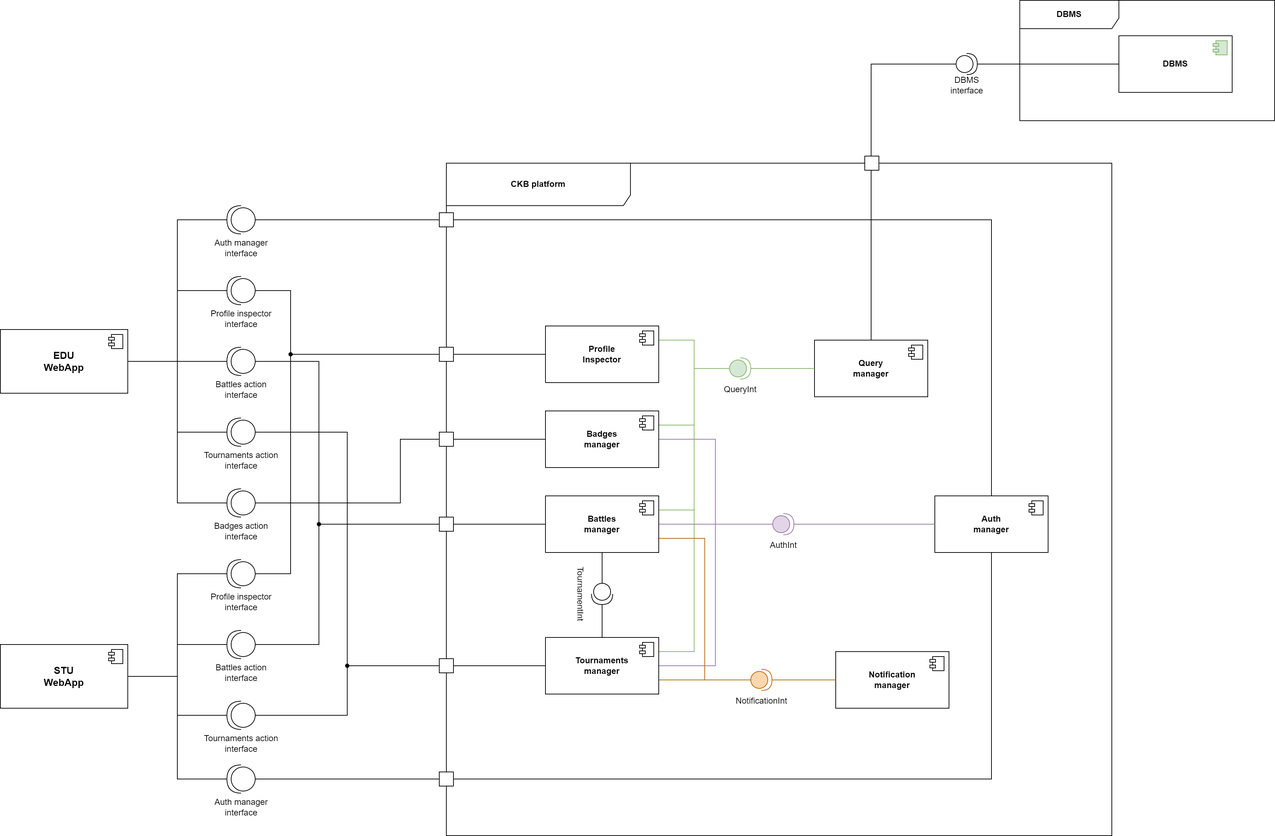
Above: DD/images/diagrams/component_diagram.png in pontig/sw-eng-2-PasiniPontiggiaStasi (draw.io), before the change. Source tidied: cells renumbered, new cells last; positions are measured from the earlier drawing's top-left corner, leaving out a move shared by most shapes.
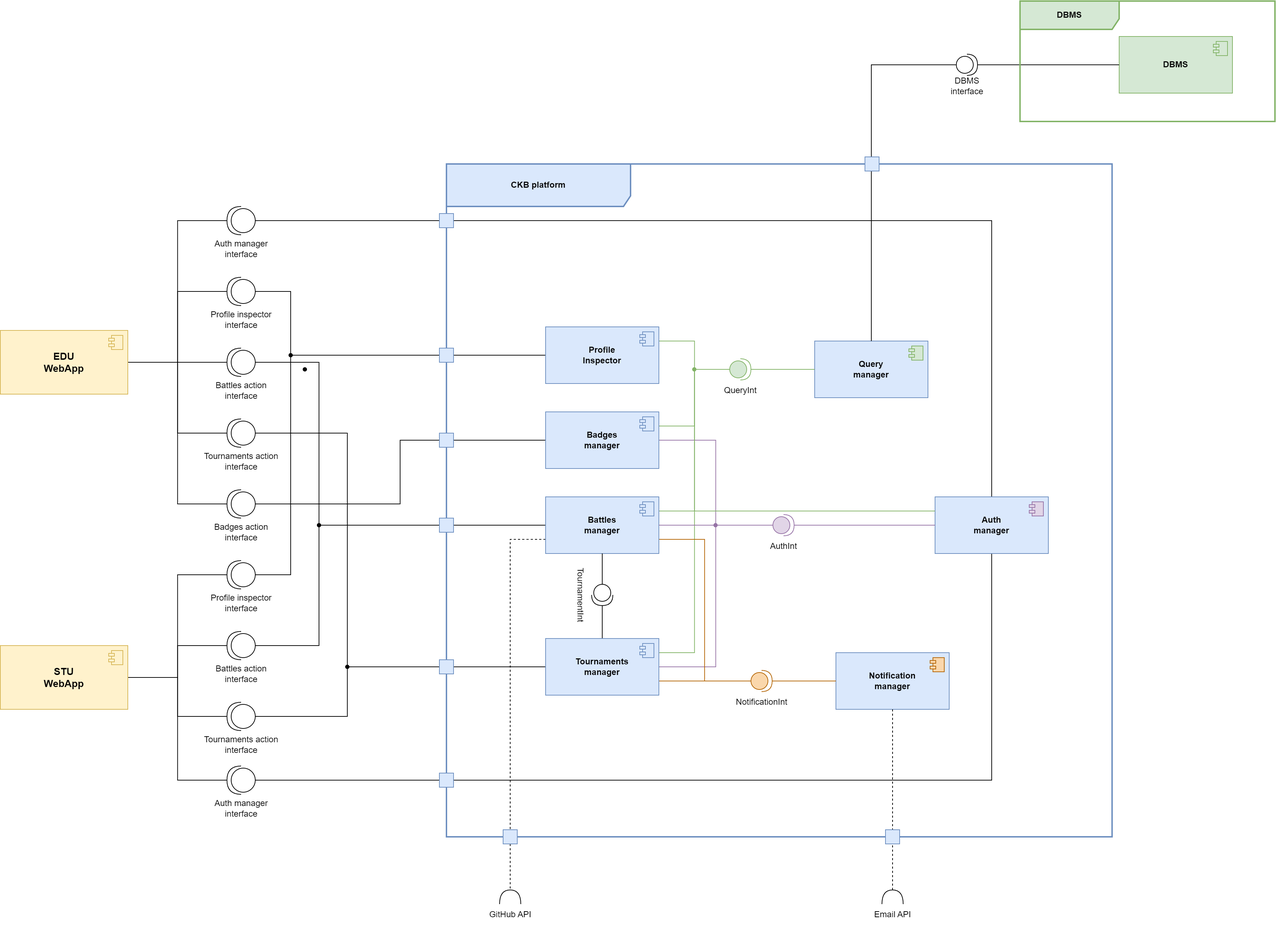
The same diagram one commit later.

The edit, as a diff of the source:
```diff
@@ -17,10 +17,10 @@
     <mxCell id="6" style="edgeStyle=elbowEdgeStyle;rounded=0;jettySize=auto;html=1;endArrow=none;endFill=0;" parent="1" edge="1" source="7" target="20">
       <mxGeometry relative="1" as="geometry" />
     </mxCell>
-    <mxCell id="7" value="&lt;b style=&quot;font-size: 14px;&quot;&gt;EDU&lt;br style=&quot;font-size: 14px;&quot;&gt;WebApp&lt;br style=&quot;font-size: 14px;&quot;&gt;&lt;/b&gt;" style="html=1;whiteSpace=wrap;fontSize=14;" parent="1" vertex="1">
+    <mxCell id="7" value="&lt;b style=&quot;font-size: 14px;&quot;&gt;EDU&lt;br style=&quot;font-size: 14px;&quot;&gt;WebApp&lt;br style=&quot;font-size: 14px;&quot;&gt;&lt;/b&gt;" style="html=1;whiteSpace=wrap;fontSize=14;fillColor=#fff2cc;strokeColor=#d6b656;" parent="1" vertex="1">
       <mxGeometry y="465" width="180" height="90" as="geometry" />
     </mxCell>
-    <mxCell id="8" style="shape=module;jettyWidth=8;jettyHeight=4;" parent="7" vertex="1">
+    <mxCell id="8" style="shape=module;jettyWidth=8;jettyHeight=4;fillColor=#fff2cc;strokeColor=#d6b656;" parent="7" vertex="1">
       <mxGeometry x="1" width="20" height="20" relative="1" as="geometry">
         <mxPoint x="-27" y="7" as="offset" />
       </mxGeometry>
@@ -37,10 +37,10 @@
     <mxCell id="12" style="edgeStyle=elbowEdgeStyle;rounded=0;jettySize=auto;html=1;endArrow=none;endFill=0;" parent="1" edge="1" source="13" target="30">
       <mxGeometry relative="1" as="geometry" />
     </mxCell>
-    <mxCell id="13" value="&lt;b style=&quot;font-size: 14px;&quot;&gt;STU&lt;br style=&quot;font-size: 14px;&quot;&gt;WebApp&lt;br style=&quot;font-size: 14px;&quot;&gt;&lt;/b&gt;" style="html=1;whiteSpace=wrap;fontSize=14;" parent="1" vertex="1">
+    <mxCell id="13" value="&lt;b style=&quot;font-size: 14px;&quot;&gt;STU&lt;br style=&quot;font-size: 14px;&quot;&gt;WebApp&lt;br style=&quot;font-size: 14px;&quot;&gt;&lt;/b&gt;" style="html=1;whiteSpace=wrap;fontSize=14;fillColor=#fff2cc;strokeColor=#d6b656;" parent="1" vertex="1">
       <mxGeometry y="910" width="180" height="90" as="geometry" />
     </mxCell>
-    <mxCell id="14" style="shape=module;jettyWidth=8;jettyHeight=4;" parent="13" vertex="1">
+    <mxCell id="14" style="shape=module;jettyWidth=8;jettyHeight=4;fillColor=#fff2cc;strokeColor=#d6b656;" parent="13" vertex="1">
       <mxGeometry x="1" width="20" height="20" relative="1" as="geometry">
         <mxPoint x="-27" y="7" as="offset" />
       </mxGeometry>
@@ -121,10 +121,10 @@
     <mxCell id="34" style="edgeStyle=elbowEdgeStyle;rounded=0;jettySize=auto;html=1;endArrow=none;endFill=0;fillColor=#d5e8d4;strokeColor=#82b366;exitX=1;exitY=0.25;exitDx=0;exitDy=0;" parent="1" edge="1" source="35" target="61">
       <mxGeometry relative="1" as="geometry" />
     </mxCell>
-    <mxCell id="35" value="&lt;b&gt;Badges&lt;br&gt;manager&lt;br&gt;&lt;/b&gt;" style="html=1;whiteSpace=wrap;" parent="1" vertex="1">
+    <mxCell id="35" value="&lt;b&gt;Badges&lt;br&gt;manager&lt;br&gt;&lt;/b&gt;" style="html=1;whiteSpace=wrap;fillColor=#dae8fc;strokeColor=#6c8ebf;" parent="1" vertex="1">
       <mxGeometry x="770" y="580" width="160" height="80" as="geometry" />
     </mxCell>
-    <mxCell id="36" style="shape=module;jettyWidth=8;jettyHeight=4;" parent="35" vertex="1">
+    <mxCell id="36" style="shape=module;jettyWidth=8;jettyHeight=4;fillColor=#dae8fc;strokeColor=#6c8ebf;" parent="35" vertex="1">
       <mxGeometry x="1" width="20" height="20" relative="1" as="geometry">
         <mxPoint x="-27" y="7" as="offset" />
       </mxGeometry>
@@ -141,15 +141,15 @@
     <mxCell id="40" style="edgeStyle=elbowEdgeStyle;rounded=0;jettySize=auto;html=1;fillColor=#fad7ac;strokeColor=#b46504;endArrow=none;endFill=0;exitX=1;exitY=0.75;exitDx=0;exitDy=0;" parent="1" edge="1" source="41" target="66">
       <mxGeometry relative="1" as="geometry" />
     </mxCell>
-    <mxCell id="41" value="&lt;b&gt;Tournaments&lt;br&gt;manager&lt;br&gt;&lt;/b&gt;" style="html=1;whiteSpace=wrap;" parent="1" vertex="1">
+    <mxCell id="41" value="&lt;b&gt;Tournaments&lt;br&gt;manager&lt;br&gt;&lt;/b&gt;" style="html=1;whiteSpace=wrap;fillColor=#dae8fc;strokeColor=#6c8ebf;" parent="1" vertex="1">
       <mxGeometry x="770" y="900" width="160" height="80" as="geometry" />
     </mxCell>
-    <mxCell id="42" style="shape=module;jettyWidth=8;jettyHeight=4;" parent="41" vertex="1">
+    <mxCell id="42" style="shape=module;jettyWidth=8;jettyHeight=4;fillColor=#dae8fc;strokeColor=#6c8ebf;" parent="41" vertex="1">
       <mxGeometry x="1" width="20" height="20" relative="1" as="geometry">
         <mxPoint x="-27" y="7" as="offset" />
       </mxGeometry>
     </mxCell>
-    <mxCell id="43" style="rounded=0;jettySize=auto;html=1;endArrow=none;endFill=0;exitX=1;exitY=0.5;exitDx=0;exitDy=0;edgeStyle=elbowEdgeStyle;fillColor=#e1d5e7;strokeColor=#9673a6;" parent="1" edge="1" source="46" target="56">
+    <mxCell id="43" style="rounded=0;jettySize=auto;html=1;endArrow=none;endFill=0;exitDx=0;exitDy=0;edgeStyle=elbowEdgeStyle;fillColor=#e1d5e7;strokeColor=#9673a6;" parent="1" edge="1" source="100" target="56">
       <mxGeometry relative="1" as="geometry" />
     </mxCell>
     <mxCell id="44" style="edgeStyle=elbowEdgeStyle;rounded=0;jettySize=auto;html=1;endArrow=none;endFill=0;fillColor=#d5e8d4;strokeColor=#82b366;exitX=1;exitY=0.25;exitDx=0;exitDy=0;" parent="1" edge="1" source="46" target="61">
@@ -158,10 +158,13 @@
     <mxCell id="45" style="edgeStyle=elbowEdgeStyle;rounded=0;jettySize=auto;html=1;fillColor=#fad7ac;strokeColor=#b46504;endArrow=none;endFill=0;exitX=1;exitY=0.75;exitDx=0;exitDy=0;" parent="1" edge="1" source="46" target="66">
       <mxGeometry relative="1" as="geometry" />
     </mxCell>
+    <mxCell id="88" style="edgeStyle=orthogonalEdgeStyle;rounded=0;jettySize=auto;html=1;exitX=0;exitY=0.75;exitDx=0;exitDy=0;endArrow=none;endFill=0;dashed=1;" parent="1" edge="1" source="46" target="89">
+      <mxGeometry relative="1" as="geometry" />
+    </mxCell>
-    <mxCell id="46" value="&lt;b&gt;Battles&lt;br&gt;manager&lt;br&gt;&lt;/b&gt;" style="html=1;whiteSpace=wrap;" parent="1" vertex="1">
+    <mxCell id="46" value="&lt;b&gt;Battles&lt;br&gt;manager&lt;br&gt;&lt;/b&gt;" style="html=1;whiteSpace=wrap;fillColor=#dae8fc;strokeColor=#6c8ebf;" parent="1" vertex="1">
       <mxGeometry x="770" y="700" width="160" height="80" as="geometry" />
     </mxCell>
-    <mxCell id="47" style="shape=module;jettyWidth=8;jettyHeight=4;" parent="46" vertex="1">
+    <mxCell id="47" style="shape=module;jettyWidth=8;jettyHeight=4;fillColor=#dae8fc;strokeColor=#6c8ebf;" parent="46" vertex="1">
       <mxGeometry x="1" width="20" height="20" relative="1" as="geometry">
         <mxPoint x="-27" y="7" as="offset" />
       </mxGeometry>
@@ -169,10 +172,10 @@
     <mxCell id="48" style="edgeStyle=elbowEdgeStyle;rounded=0;jettySize=auto;html=1;endArrow=none;endFill=0;fillColor=#d5e8d4;strokeColor=#82b366;exitX=1;exitY=0.25;exitDx=0;exitDy=0;" parent="1" edge="1" source="49" target="61">
       <mxGeometry relative="1" as="geometry" />
     </mxCell>
-    <mxCell id="49" value="&lt;b&gt;Profile&lt;br&gt;Inspector&lt;br&gt;&lt;/b&gt;" style="html=1;whiteSpace=wrap;" parent="1" vertex="1">
+    <mxCell id="49" value="&lt;b&gt;Profile&lt;br&gt;Inspector&lt;br&gt;&lt;/b&gt;" style="html=1;whiteSpace=wrap;fillColor=#dae8fc;strokeColor=#6c8ebf;" parent="1" vertex="1">
       <mxGeometry x="770" y="460" width="160" height="80" as="geometry" />
     </mxCell>
-    <mxCell id="50" style="shape=module;jettyWidth=8;jettyHeight=4;" parent="49" vertex="1">
+    <mxCell id="50" style="shape=module;jettyWidth=8;jettyHeight=4;fillColor=#dae8fc;strokeColor=#6c8ebf;" parent="49" vertex="1">
       <mxGeometry x="1" width="20" height="20" relative="1" as="geometry">
         <mxPoint x="-27" y="7" as="offset" />
       </mxGeometry>
@@ -186,10 +189,10 @@
     <mxCell id="53" style="group;" parent="1" vertex="1">
       <mxGeometry x="1091" y="700" width="280" height="80" as="geometry" />
     </mxCell>
-    <mxCell id="54" value="&lt;b&gt;Auth&lt;br&gt;manager&lt;br&gt;&lt;/b&gt;" style="html=1;whiteSpace=wrap;" parent="53" vertex="1">
+    <mxCell id="54" value="&lt;b&gt;Auth&lt;br&gt;manager&lt;br&gt;&lt;/b&gt;" style="html=1;whiteSpace=wrap;fillColor=#dae8fc;strokeColor=#6c8ebf;" parent="53" vertex="1">
       <mxGeometry x="229" width="160" height="80" as="geometry" />
     </mxCell>
-    <mxCell id="55" style="shape=module;jettyWidth=8;jettyHeight=4;" parent="54" vertex="1">
+    <mxCell id="55" style="shape=module;jettyWidth=8;jettyHeight=4;fillColor=#e1d5e7;strokeColor=#9673a6;" parent="54" vertex="1">
       <mxGeometry x="1" width="20" height="20" relative="1" as="geometry">
         <mxPoint x="-27" y="7" as="offset" />
       </mxGeometry>
@@ -203,10 +206,10 @@
     <mxCell id="58" style="group;" parent="1" vertex="1">
       <mxGeometry x="1030" y="480" width="280" height="80" as="geometry" />
     </mxCell>
-    <mxCell id="59" value="&lt;b&gt;Query&lt;br&gt;manager&lt;br&gt;&lt;/b&gt;" style="html=1;whiteSpace=wrap;" parent="58" vertex="1">
+    <mxCell id="59" value="&lt;b&gt;Query&lt;br&gt;manager&lt;br&gt;&lt;/b&gt;" style="html=1;whiteSpace=wrap;fillColor=#dae8fc;strokeColor=#6c8ebf;" parent="58" vertex="1">
       <mxGeometry x="120" width="160" height="80" as="geometry" />
     </mxCell>
-    <mxCell id="60" style="shape=module;jettyWidth=8;jettyHeight=4;" parent="59" vertex="1">
+    <mxCell id="60" style="shape=module;jettyWidth=8;jettyHeight=4;fillColor=#d5e8d4;strokeColor=#82b366;" parent="59" vertex="1">
       <mxGeometry x="1" width="20" height="20" relative="1" as="geometry">
         <mxPoint x="-27" y="7" as="offset" />
       </mxGeometry>
@@ -220,10 +223,10 @@
     <mxCell id="63" style="group;" parent="1" vertex="1">
       <mxGeometry x="1060" y="920" width="280" height="80" as="geometry" />
     </mxCell>
-    <mxCell id="64" value="&lt;b&gt;Notification&lt;br&gt;manager&lt;br&gt;&lt;/b&gt;" style="html=1;whiteSpace=wrap;" parent="63" vertex="1">
+    <mxCell id="64" value="&lt;b&gt;Notification&lt;br&gt;manager&lt;br&gt;&lt;/b&gt;" style="html=1;whiteSpace=wrap;fillColor=#dae8fc;strokeColor=#6c8ebf;" parent="63" vertex="1">
       <mxGeometry x="120" width="160" height="80" as="geometry" />
     </mxCell>
-    <mxCell id="65" style="shape=module;jettyWidth=8;jettyHeight=4;" parent="64" vertex="1">
+    <mxCell id="65" style="shape=module;jettyWidth=8;jettyHeight=4;fillColor=#fad7ac;strokeColor=#b46504;" parent="64" vertex="1">
       <mxGeometry x="1" width="20" height="20" relative="1" as="geometry">
         <mxPoint x="-27" y="7" as="offset" />
       </mxGeometry>
@@ -260,7 +263,7 @@
     <mxCell id="73" style="group;" parent="1" vertex="1">
       <mxGeometry x="1350" y="50" width="280" height="80" as="geometry" />
     </mxCell>
-    <mxCell id="74" value="&lt;b&gt;DBMS&lt;br&gt;&lt;/b&gt;" style="html=1;whiteSpace=wrap;" parent="73" vertex="1">
+    <mxCell id="74" value="&lt;b&gt;DBMS&lt;br&gt;&lt;/b&gt;" style="html=1;whiteSpace=wrap;fillColor=#d5e8d4;strokeColor=#82b366;" parent="73" vertex="1">
       <mxGeometry x="230" width="160" height="80" as="geometry" />
     </mxCell>
     <mxCell id="75" style="shape=module;jettyWidth=8;jettyHeight=4;fillColor=#d5e8d4;strokeColor=#82b366;" parent="74" vertex="1">
@@ -281,32 +284,70 @@
         </Array>
       </mxGeometry>
     </mxCell>
-    <mxCell id="79" value="&lt;b&gt;CKB platform&lt;/b&gt;" style="shape=umlFrame;whiteSpace=wrap;html=1;width=260;height=60;" parent="1" vertex="1">
+    <mxCell id="79" value="&lt;b&gt;CKB platform&lt;/b&gt;" style="shape=umlFrame;whiteSpace=wrap;html=1;width=260;height=60;strokeWidth=2;fillColor=#dae8fc;strokeColor=#6c8ebf;" parent="1" vertex="1">
       <mxGeometry x="630" y="230" width="940" height="950" as="geometry" />
     </mxCell>
-    <mxCell id="80" value="&lt;b&gt;DBMS&lt;/b&gt;" style="shape=umlFrame;whiteSpace=wrap;html=1;width=140;height=40;" parent="1" vertex="1">
+    <mxCell id="80" value="&lt;b&gt;DBMS&lt;/b&gt;" style="shape=umlFrame;whiteSpace=wrap;html=1;width=140;height=40;strokeWidth=2;fillColor=#d5e8d4;strokeColor=#82b366;" parent="1" vertex="1">
       <mxGeometry x="1440" width="360" height="170" as="geometry" />
     </mxCell>
-    <mxCell id="81" style="rounded=0;whiteSpace=wrap;html=1;" parent="1" vertex="1">
+    <mxCell id="81" style="rounded=0;whiteSpace=wrap;html=1;fillColor=#dae8fc;strokeColor=#6c8ebf;" parent="1" vertex="1">
       <mxGeometry x="620" y="300" width="20" height="20" as="geometry" />
     </mxCell>
-    <mxCell id="82" style="rounded=0;whiteSpace=wrap;html=1;" parent="1" vertex="1">
+    <mxCell id="82" style="rounded=0;whiteSpace=wrap;html=1;fillColor=#dae8fc;strokeColor=#6c8ebf;" parent="1" vertex="1">
       <mxGeometry x="620" y="490" width="20" height="20" as="geometry" />
     </mxCell>
-    <mxCell id="83" style="rounded=0;whiteSpace=wrap;html=1;" parent="1" vertex="1">
+    <mxCell id="83" style="rounded=0;whiteSpace=wrap;html=1;fillColor=#dae8fc;strokeColor=#6c8ebf;" parent="1" vertex="1">
       <mxGeometry x="620" y="610" width="20" height="20" as="geometry" />
     </mxCell>
-    <mxCell id="84" style="rounded=0;whiteSpace=wrap;html=1;" parent="1" vertex="1">
+    <mxCell id="84" style="rounded=0;whiteSpace=wrap;html=1;fillColor=#dae8fc;strokeColor=#6c8ebf;" parent="1" vertex="1">
       <mxGeometry x="620" y="730" width="20" height="20" as="geometry" />
     </mxCell>
-    <mxCell id="85" style="rounded=0;whiteSpace=wrap;html=1;" parent="1" vertex="1">
+    <mxCell id="85" style="rounded=0;whiteSpace=wrap;html=1;fillColor=#dae8fc;strokeColor=#6c8ebf;" parent="1" vertex="1">
       <mxGeometry x="620" y="930" width="20" height="20" as="geometry" />
     </mxCell>
-    <mxCell id="86" style="rounded=0;whiteSpace=wrap;html=1;" parent="1" vertex="1">
+    <mxCell id="86" style="rounded=0;whiteSpace=wrap;html=1;fillColor=#dae8fc;strokeColor=#6c8ebf;" parent="1" vertex="1">
       <mxGeometry x="620" y="1090" width="20" height="20" as="geometry" />
     </mxCell>
-    <mxCell id="87" style="rounded=0;whiteSpace=wrap;html=1;" parent="1" vertex="1">
+    <mxCell id="87" style="rounded=0;whiteSpace=wrap;html=1;fillColor=#dae8fc;strokeColor=#6c8ebf;" parent="1" vertex="1">
       <mxGeometry x="1221" y="220" width="20" height="20" as="geometry" />
     </mxCell>
+    <mxCell id="89" style="shape=requiredInterface;html=1;verticalLabelPosition=bottom;sketch=0;rotation=-90;" parent="1" vertex="1">
+      <mxGeometry x="710" y="1250" width="20" height="30" as="geometry" />
+    </mxCell>
+    <mxCell id="90" value="GitHub API" style="text;html=1;align=center;verticalAlign=middle;strokeColor=none;fillColor=none;" parent="1" vertex="1">
+      <mxGeometry x="680" y="1275" width="80" height="30" as="geometry" />
+    </mxCell>
+    <mxCell id="91" style="shape=requiredInterface;html=1;verticalLabelPosition=bottom;sketch=0;rotation=-90;" parent="1" vertex="1">
+      <mxGeometry x="1250" y="1250" width="20" height="30" as="geometry" />
+    </mxCell>
+    <mxCell id="92" value="Email API" style="text;html=1;align=center;verticalAlign=middle;strokeColor=none;fillColor=none;" parent="1" vertex="1">
+      <mxGeometry x="1220" y="1275" width="80" height="30" as="geometry" />
+    </mxCell>
+    <mxCell id="93" style="edgeStyle=orthogonalEdgeStyle;rounded=0;jettySize=auto;html=1;dashed=1;endArrow=none;endFill=0;" parent="1" edge="1" source="64" target="91">
+      <mxGeometry relative="1" as="geometry" />
+    </mxCell>
+    <mxCell id="94" style="rounded=0;whiteSpace=wrap;html=1;fillColor=#dae8fc;strokeColor=#6c8ebf;" parent="1" vertex="1">
+      <mxGeometry x="710" y="1170" width="20" height="20" as="geometry" />
+    </mxCell>
+    <mxCell id="95" style="rounded=0;whiteSpace=wrap;html=1;fillColor=#dae8fc;strokeColor=#6c8ebf;" parent="1" vertex="1">
+      <mxGeometry x="1250" y="1170" width="20" height="20" as="geometry" />
+    </mxCell>
+    <mxCell id="96" style="shape=waypoint;sketch=0;size=6;fillColor=#d5e8d4;perimeter=centerPerimeter;strokeColor=#82b366;" parent="1" vertex="1">
+      <mxGeometry x="970" y="510" width="20" height="20" as="geometry" />
+    </mxCell>
+    <mxCell id="97" style="edgeStyle=orthogonalEdgeStyle;rounded=0;jettySize=auto;html=1;exitX=0;exitY=0.25;exitDx=0;exitDy=0;fillColor=#d5e8d4;strokeColor=#82b366;endArrow=none;endFill=0;" parent="1" edge="1" source="54">
+      <mxGeometry relative="1" as="geometry">
+        <mxPoint x="980" y="720" as="targetPoint" />
+      </mxGeometry>
+    </mxCell>
+    <mxCell id="98" style="shape=waypoint;sketch=0;size=6;fillColor=none;perimeter=centerPerimeter;" parent="1" vertex="1">
+      <mxGeometry x="420" y="510" width="20" height="20" as="geometry" />
+    </mxCell>
+    <mxCell id="99" style="rounded=0;jettySize=auto;html=1;endArrow=none;endFill=0;exitX=1;exitY=0.5;exitDx=0;exitDy=0;edgeStyle=elbowEdgeStyle;fillColor=#e1d5e7;strokeColor=#9673a6;" parent="1" edge="1" source="46" target="100">
+      <mxGeometry relative="1" as="geometry" />
+    </mxCell>
+    <mxCell id="100" style="shape=waypoint;sketch=0;size=6;points=[];fillColor=#e1d5e7;perimeter=centerPerimeter;snapToPoint=1;strokeColor=#9673a6;" parent="1" vertex="1">
+      <mxGeometry x="1000" y="730" width="20" height="20" as="geometry" />
+    </mxCell>
   </root>
 </mxGraphModel>
```
